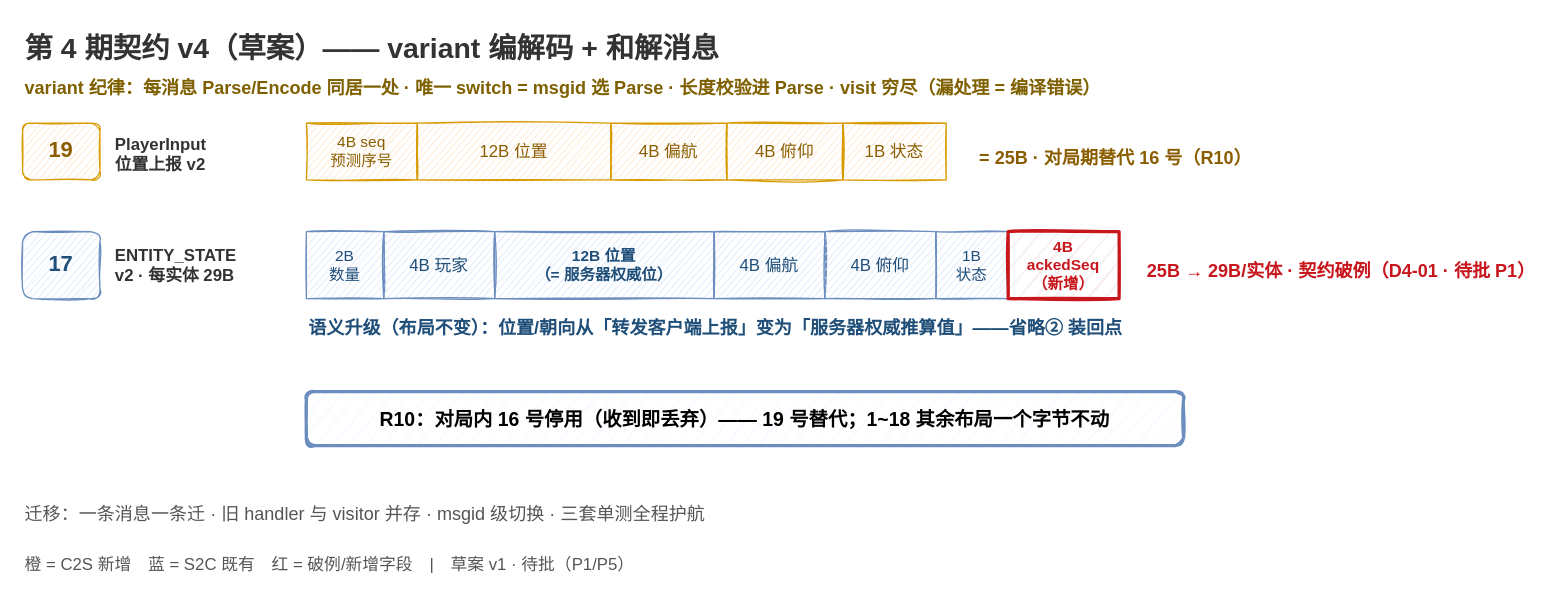
Before: docs/episodes/ep04/protocol_v4.drawio in x-PiXiu/Sightline, a draw.io diagram. Source tidied: cells renumbered, new cells numbered last; positions are measured from the earlier drawing's top-left corner, leaving out a move shared by most shapes. Both pictures are drawn from the tidied source at 129%, with x=0, y=0 at pixel (22, 22).
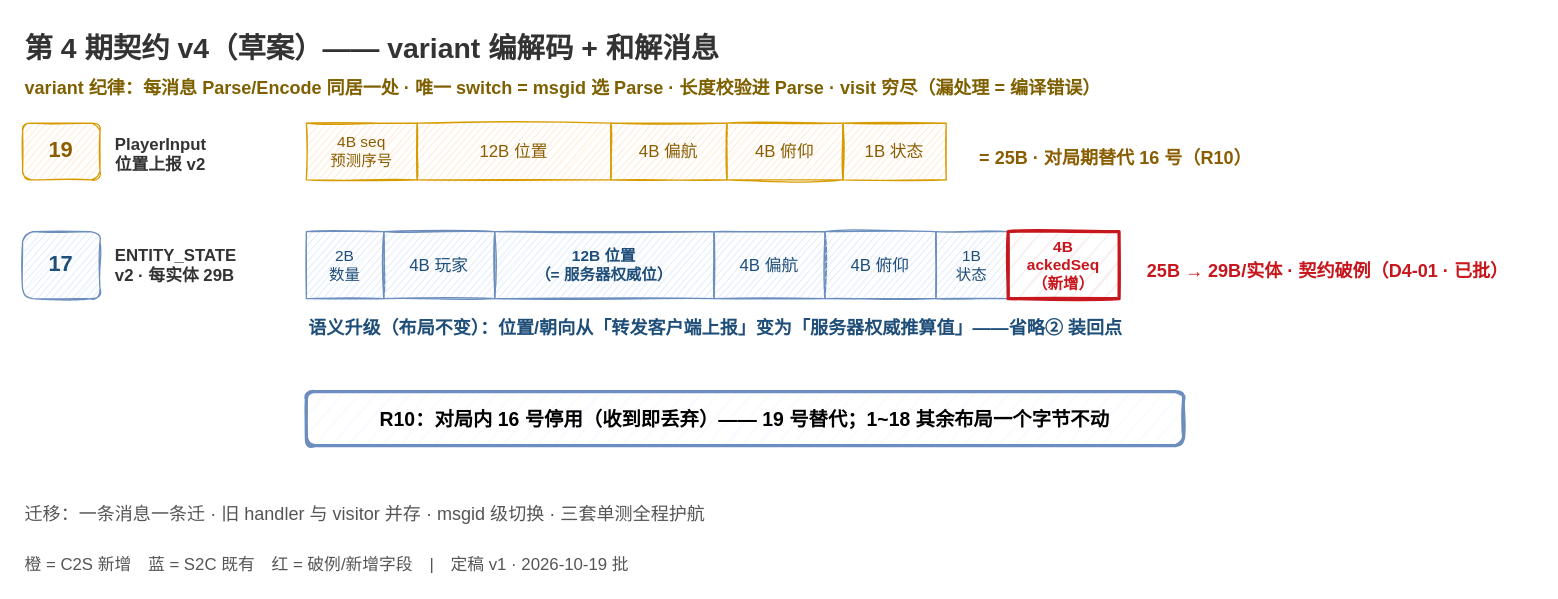
Above is the later version.

Change to the diagram source:
```diff
@@
-    <mxCell id="21" value="25B → 29B/实体 · 契约破例（D4-01 · 待批 P1）" style="text;fontSize=14;fontStyle=1;fontColor=#c8161d;align=left;sketch=1;" parent="1" vertex="1">
+    <mxCell id="21" value="25B → 29B/实体 · 契约破例（D4-01 · 已批）" style="text;fontSize=14;fontStyle=1;fontColor=#c8161d;align=left;sketch=1;" parent="1" vertex="1">
       <mxGeometry x="870" y="178" width="280" height="20" as="geometry" />
     </mxCell>
@@
-    <mxCell id="25" value="橙 = C2S 新增　蓝 = S2C 既有　红 = 破例/新增字段　|　草案 v1 · 待批（P1/P5）" style="text;fontSize=13;fontColor=#555555;align=left;sketch=1;" parent="1" vertex="1">
+    <mxCell id="25" value="橙 = C2S 新增　蓝 = S2C 既有　红 = 破例/新增字段　|　定稿 v1 · 2026-10-19 批" style="text;fontSize=13;fontColor=#555555;align=left;sketch=1;" parent="1" vertex="1">
       <mxGeometry y="406" width="900" height="24" as="geometry" />
     </mxCell>
```
